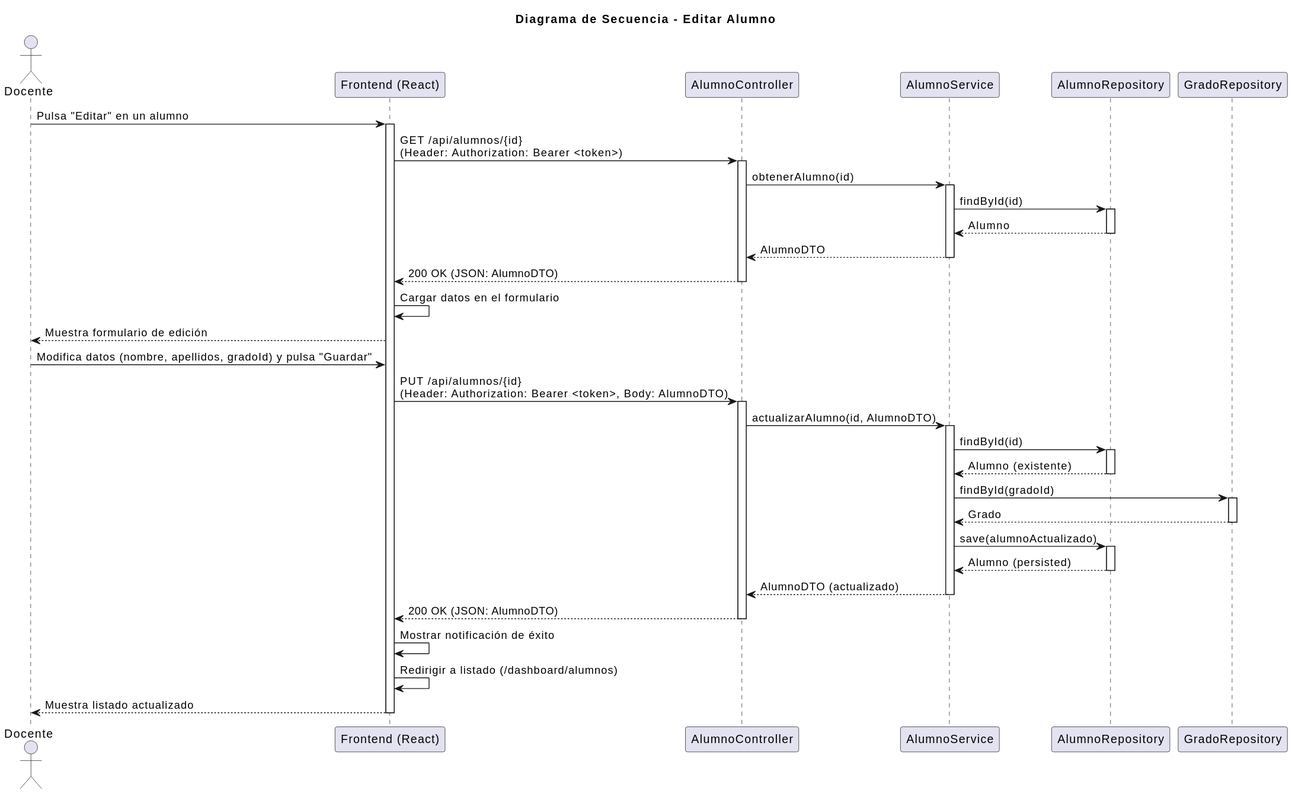
This is images/diseño/editarAlumno/editarAlumno.svg from Pareyor/25-26-idsw2-sdVC, a PlantUML export, as it was before one commit. Source of this version:
```plantuml
@startuml
title Diagrama de Secuencia - Editar Alumno

actor "Docente" as Actor
participant "Frontend (React)" as FE
participant "AlumnoController" as Controller
participant "AlumnoService" as Service
participant "AlumnoRepository" as Repo
participant "GradoRepository" as GradoRepo

Actor -> FE: Pulsa "Editar" en un alumno
activate FE

FE -> Controller: GET /api/alumnos/{id}\n(Header: Authorization: Bearer <token>)
activate Controller

Controller -> Service: obtenerAlumno(id)
activate Service

Service -> Repo: findById(id)
activate Repo
Repo --> Service: Alumno
deactivate Repo

Service --> Controller: AlumnoDTO
deactivate Service

Controller --> FE: 200 OK (JSON: AlumnoDTO)
deactivate Controller

FE -> FE: Cargar datos en el formulario
FE --> Actor: Muestra formulario de edición

Actor -> FE: Modifica datos (nombre, apellidos, gradoId) y pulsa "Guardar"

FE -> Controller: PUT /api/alumnos/{id}\n(Header: Authorization: Bearer <token>, Body: AlumnoDTO)
activate Controller

Controller -> Service: actualizarAlumno(id, AlumnoDTO)
activate Service

Service -> Repo: findById(id)
activate Repo
Repo --> Service: Alumno (existente)
deactivate Repo

Service -> GradoRepo: findById(gradoId)
activate GradoRepo
GradoRepo --> Service: Grado
deactivate GradoRepo

Service -> Repo: save(alumnoActualizado)
activate Repo
Repo --> Service: Alumno (persisted)
deactivate Repo

Service --> Controller: AlumnoDTO (actualizado)
deactivate Service

Controller --> FE: 200 OK (JSON: AlumnoDTO)
deactivate Controller

FE -> FE: Mostrar notificación de éxito
FE -> FE: Redirigir a listado (/dashboard/alumnos)
FE --> Actor: Muestra listado actualizado
deactivate FE
@enduml
```
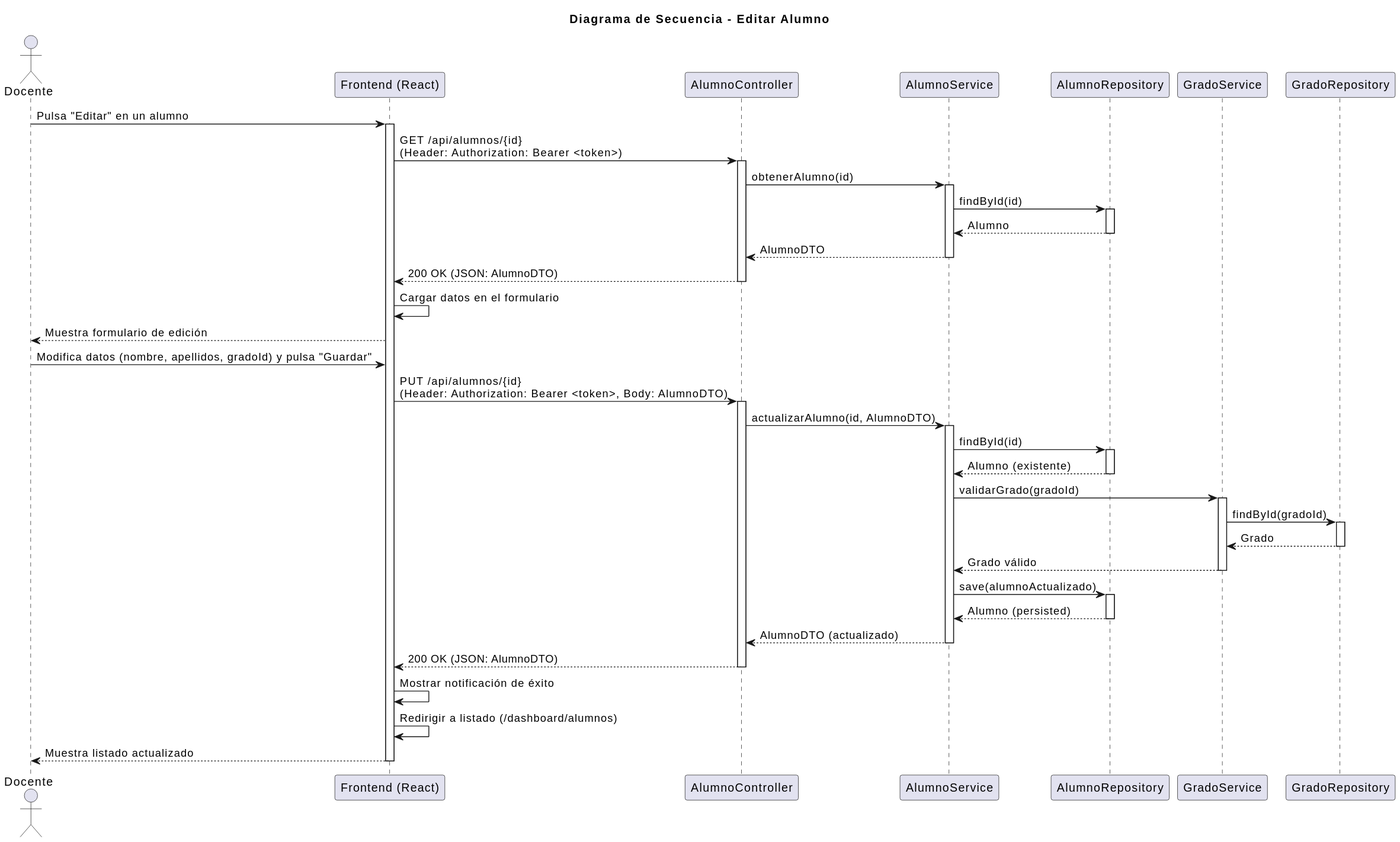
After the commit.

Commit message:
fix: corrige crearAlumno, editarAlumno y editarPregunta para añadir el estado intermedio de AsignaturaService para preguntas y GradoService para alumnos

Change to the diagram source:
```diff
@@ -6,6 +6,7 @@
 participant "AlumnoController" as Controller
 participant "AlumnoService" as Service
 participant "AlumnoRepository" as Repo
+participant "GradoService" as GradoService
 participant "GradoRepository" as GradoRepo
 
 Actor -> FE: Pulsa "Editar" en un alumno
@@ -44,10 +45,14 @@
 Repo --> Service: Alumno (existente)
 deactivate Repo
 
-Service -> GradoRepo: findById(gradoId)
+Service -> GradoService: validarGrado(gradoId)
+activate GradoService
+GradoService -> GradoRepo: findById(gradoId)
 activate GradoRepo
-GradoRepo --> Service: Grado
+GradoRepo --> GradoService: Grado
 deactivate GradoRepo
+GradoService --> Service: Grado válido
+deactivate GradoService
 
 Service -> Repo: save(alumnoActualizado)
 activate Repo
```
